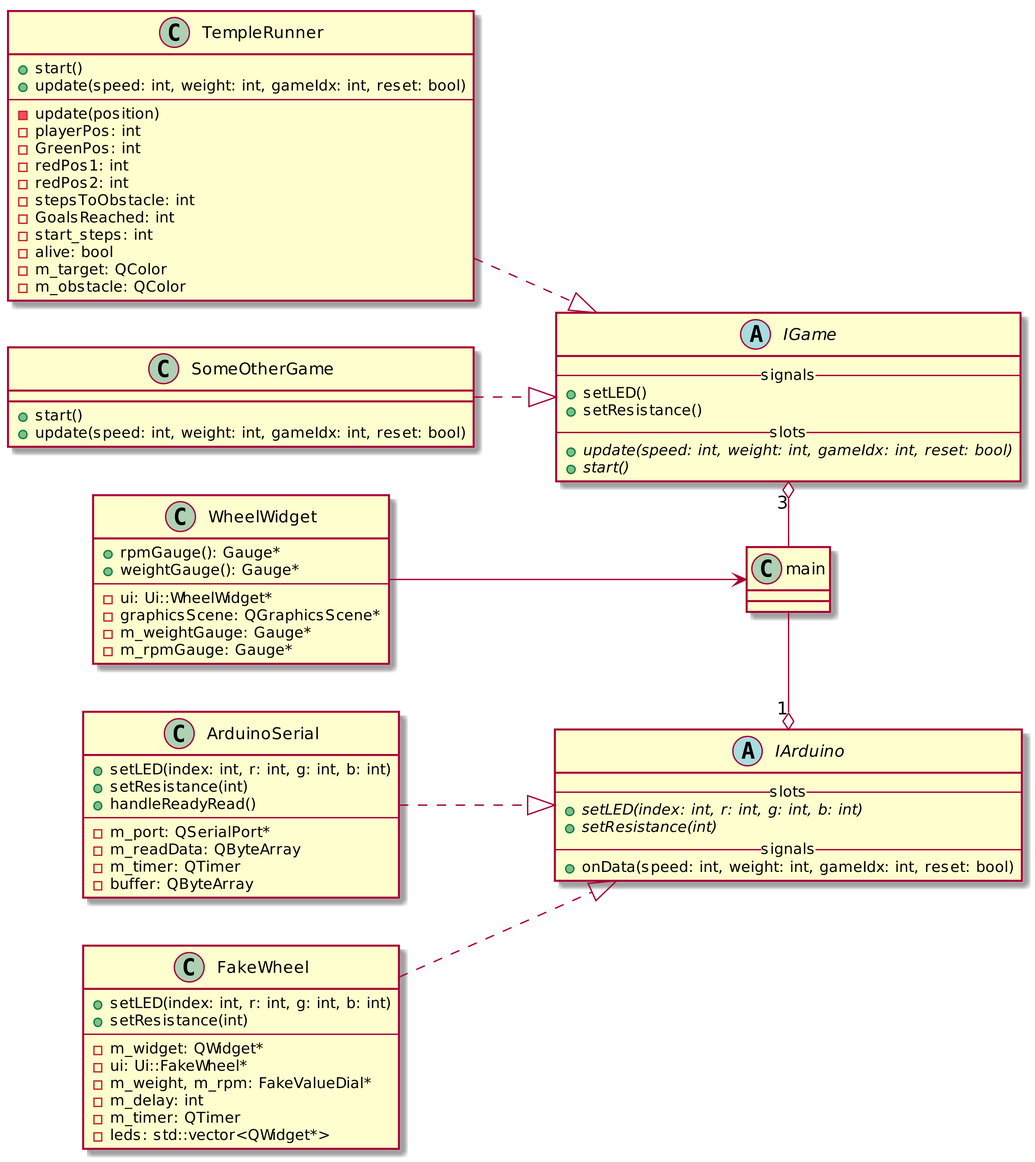
Above: uml/out/uml/uml.png in Anders-Clement/B208 (PlantUML), before the change.
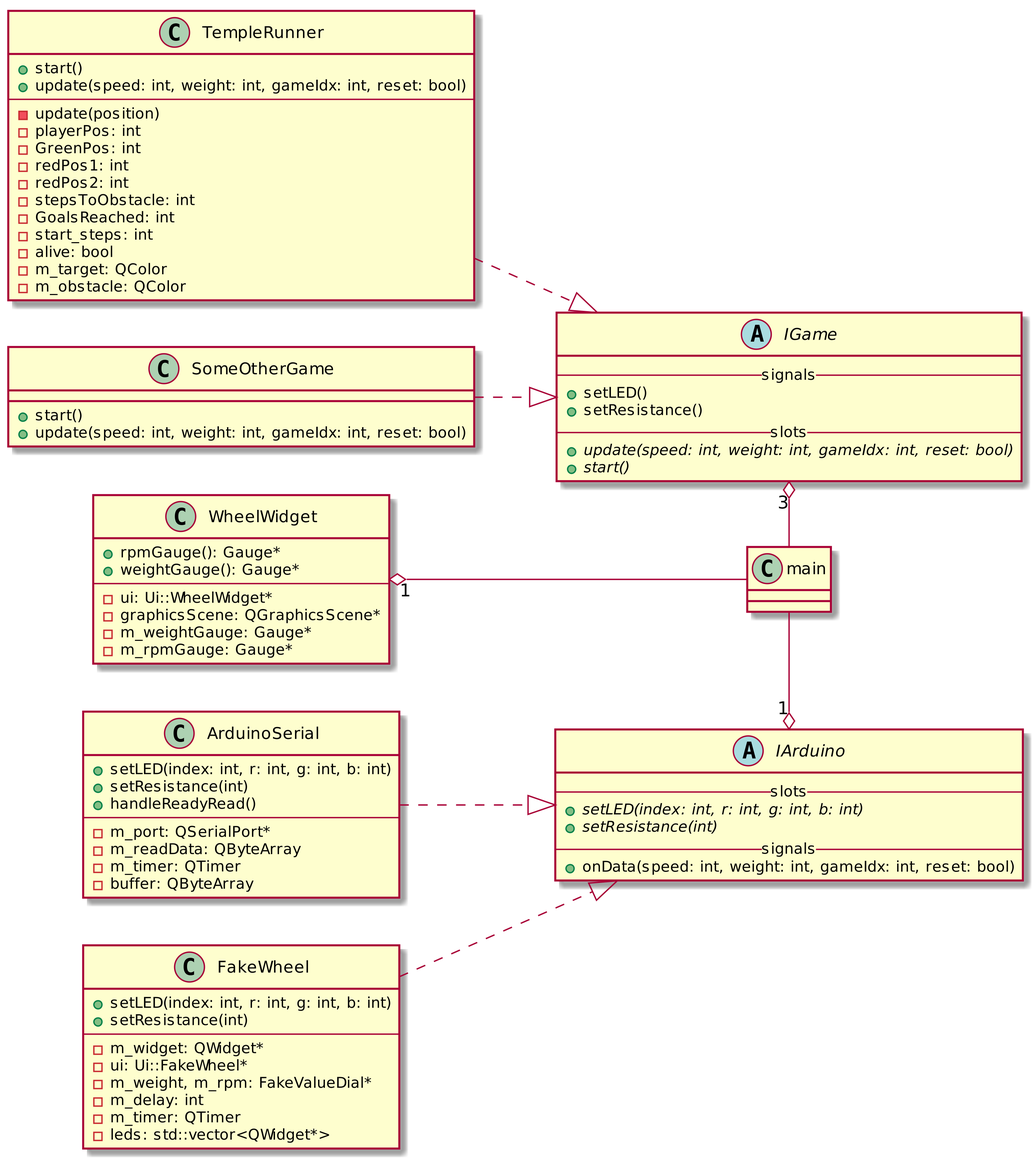
After the change.

Diff of the diagram source:
```diff
@@ -1,6 +1,7 @@
 @startuml
 left to right direction
-skinparam dpi 300
+skinparam dpi 400
+
 class main
 abstract IGame {
     --signals--
@@ -80,5 +81,5 @@
 
 IArduino "1" o-left- main
 IGame "3" o-right- main
-WheelWidget -down-> main
+WheelWidget "1" o-down- main
 @enduml
```
